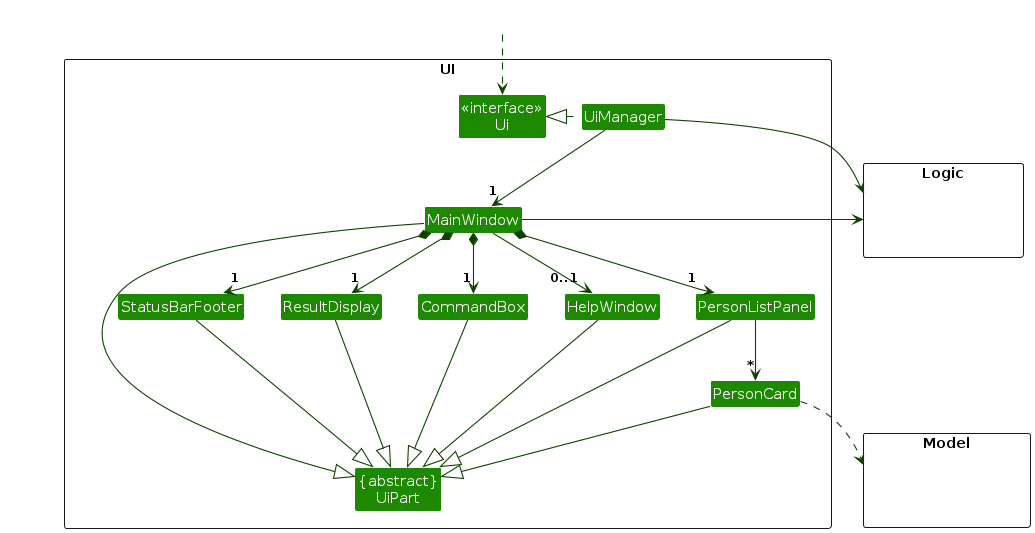
Before: diagrams/UiClassDiagram.png, a diagram exported from PlantUML (AY2627S1-CS2103T-F14a-3/tp). Its source is kept beside it as diagrams/UiClassDiagram.puml. The source it was exported from:
```plantuml
@startuml
!include style.puml
skinparam arrowThickness 1.1
skinparam arrowColor UI_COLOR_T4
skinparam classBackgroundColor UI_COLOR

package UI <<Rectangle>>{
Class "<<interface>>\nUi" as Ui
Class "{abstract}\nUiPart" as UiPart
Class UiManager
Class MainWindow
Class HelpWindow
Class ResultDisplay
Class PersonListPanel
Class PersonCard
Class StatusBarFooter
Class CommandBox
}

package Model <<Rectangle>> {
Class HiddenModel #FFFFFF
}

package Logic <<Rectangle>> {
Class HiddenLogic #FFFFFF
}

Class HiddenOutside #FFFFFF
HiddenOutside ..> Ui

UiManager .left.|> Ui
UiManager -down-> "1" MainWindow
MainWindow *-down->  "1" CommandBox
MainWindow *-down-> "1" ResultDisplay
MainWindow *-down-> "1" PersonListPanel
MainWindow *-down-> "1" StatusBarFooter
MainWindow --> "0..1" HelpWindow

PersonListPanel -down-> "*" PersonCard

MainWindow -left-|> UiPart

ResultDisplay --|> UiPart
CommandBox --|> UiPart
PersonListPanel --|> UiPart
PersonCard --|> UiPart
StatusBarFooter --|> UiPart
HelpWindow --|> UiPart

PersonCard ..> Model
UiManager -right-> Logic
MainWindow -left-> Logic

PersonListPanel -[hidden]left- HelpWindow
HelpWindow -[hidden]left- CommandBox
CommandBox -[hidden]left- ResultDisplay
ResultDisplay -[hidden]left- StatusBarFooter

MainWindow -[hidden]-|> UiPart
@enduml
```
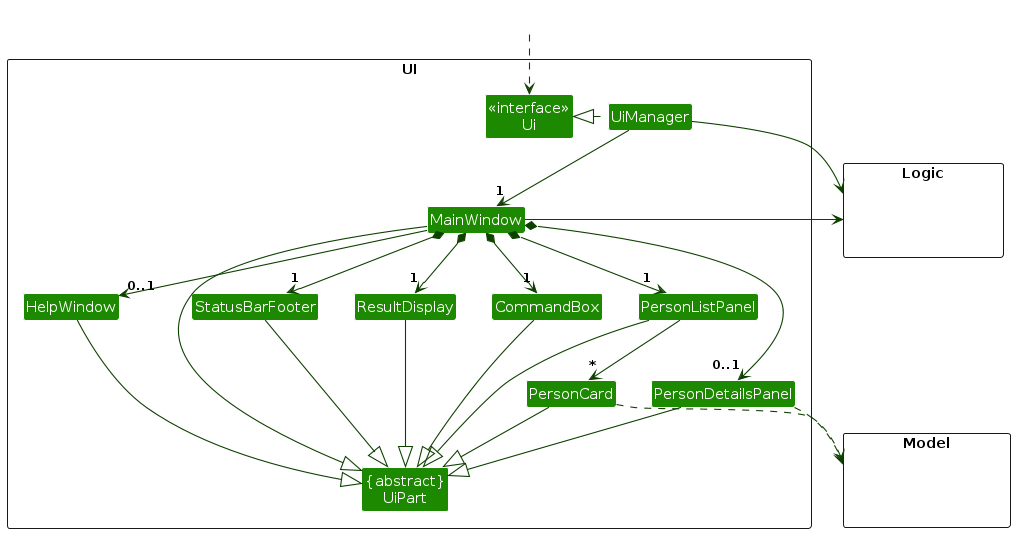
Above is the later version.

Diff of the diagram source:
```diff
@@ -13,6 +13,7 @@
 Class ResultDisplay
 Class PersonListPanel
 Class PersonCard
+Class PersonDetailsPanel
 Class StatusBarFooter
 Class CommandBox
 }
@@ -33,6 +34,7 @@
 MainWindow *-down->  "1" CommandBox
 MainWindow *-down-> "1" ResultDisplay
 MainWindow *-down-> "1" PersonListPanel
+MainWindow *-down-> "0..1" PersonDetailsPanel
 MainWindow *-down-> "1" StatusBarFooter
 MainWindow --> "0..1" HelpWindow
 
@@ -44,10 +46,12 @@
 CommandBox --|> UiPart
 PersonListPanel --|> UiPart
 PersonCard --|> UiPart
+PersonDetailsPanel --|> UiPart
 StatusBarFooter --|> UiPart
 HelpWindow --|> UiPart
 
 PersonCard ..> Model
+PersonDetailsPanel ..> Model
 UiManager -right-> Logic
 MainWindow -left-> Logic
 
```
